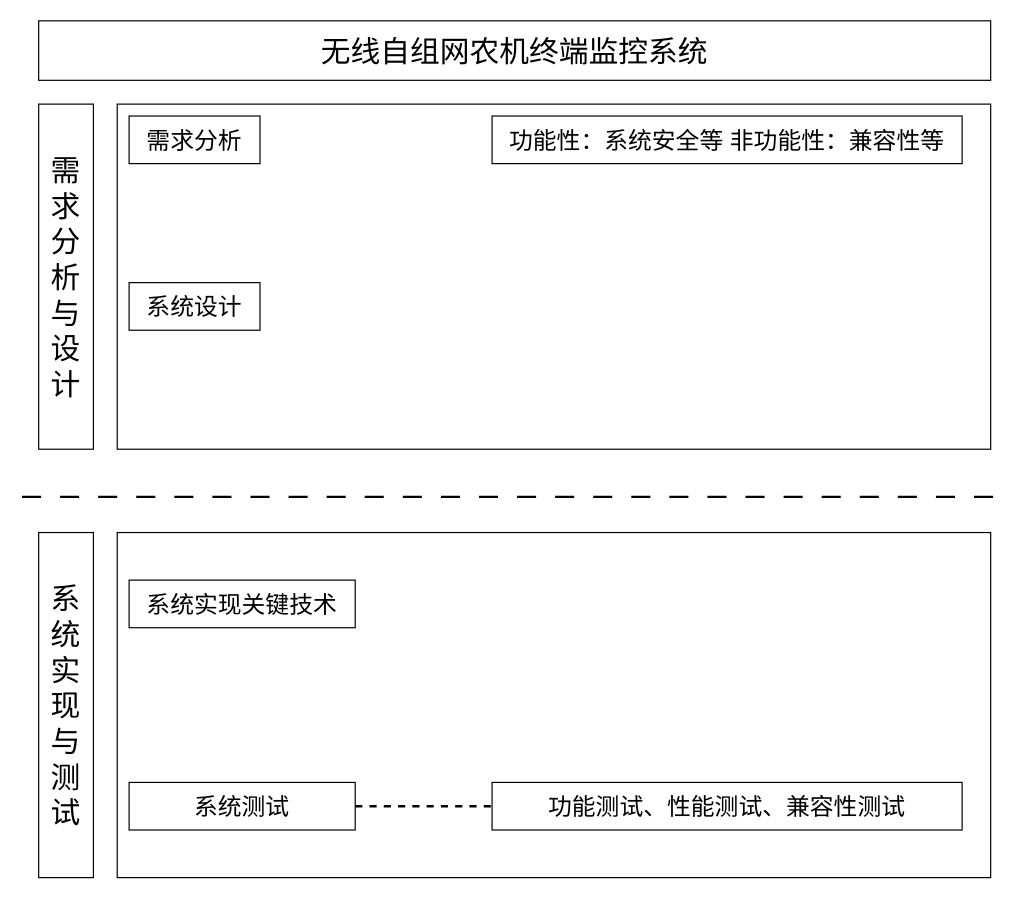
Earlier version of the draw.io diagram 技术路线图.drawio (anvalue/DrawIo_SQ). Source tidied: cells renumbered, new cells numbered last; positions are measured from the earlier drawing's top-left corner, leaving out a move shared by most shapes. Both pictures are drawn from the tidied source at 119%, with x=0, y=0 at pixel (21, 20).
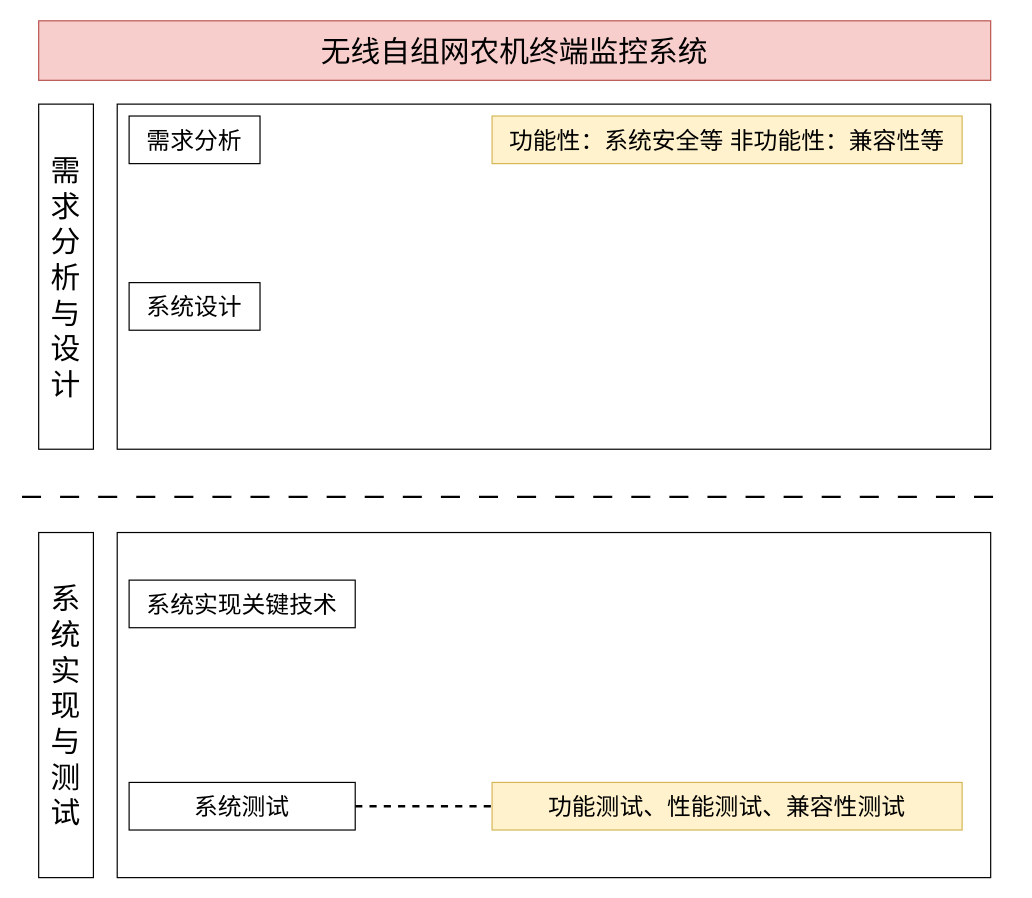
The same page after the edit.

Commit message (it also covers changes not shown here):
更新技术路线图.drawio

Change to the diagram source:
```diff
@@
 <mxGraphModel>
   <root>
     <mxCell id="0" />
     <mxCell id="1" parent="0" />
-    <mxCell id="2" value="&lt;font style=&quot;font-size: 25px;&quot;&gt;无线自组网农机终端监控系统&lt;/font&gt;" style="rounded=0;whiteSpace=wrap;html=1;" parent="1" vertex="1">
+    <mxCell id="2" value="&lt;font style=&quot;font-size: 25px;&quot;&gt;无线自组网农机终端监控系统&lt;/font&gt;" style="rounded=0;whiteSpace=wrap;html=1;fillColor=#f8cecc;strokeColor=#b85450;" parent="1" vertex="1">
       <mxGeometry x="14" width="800" height="50" as="geometry" />
     </mxCell>
     <mxCell id="3" value="&lt;font style=&quot;font-size: 25px;&quot;&gt;需求分析与设计&lt;/font&gt;" style="rounded=0;whiteSpace=wrap;html=1;horizontal=1;" parent="1" vertex="1">
       <mxGeometry x="14" y="70" width="46" height="290" as="geometry" />
     </mxCell>
     <mxCell id="4" value="&lt;span style=&quot;font-size: 25px;&quot;&gt;系统实现与测试&lt;/span&gt;" style="rounded=0;whiteSpace=wrap;html=1;horizontal=1;" parent="1" vertex="1">
       <mxGeometry x="14" y="430" width="46" height="290" as="geometry" />
     </mxCell>
     <mxCell id="5" style="rounded=0;whiteSpace=wrap;html=1;labelBackgroundColor=none;fontColor=default;fillColor=none;" parent="1" vertex="1">
       <mxGeometry x="80" y="70" width="734" height="290" as="geometry" />
     </mxCell>
     <mxCell id="6" style="rounded=0;whiteSpace=wrap;html=1;labelBackgroundColor=none;fontColor=default;fillColor=none;" parent="1" vertex="1">
       <mxGeometry x="80" y="430" width="734" height="290" as="geometry" />
     </mxCell>
     <mxCell id="7" style="endArrow=none;html=1;dashed=1;dashPattern=8 8;strokeWidth=2;" parent="1" edge="1">
       <mxGeometry relative="1" as="geometry">
         <mxPoint y="400" as="sourcePoint" />
         <mxPoint x="830" y="400" as="targetPoint" />
       </mxGeometry>
     </mxCell>
     <mxCell id="8" value="&lt;font style=&quot;font-size: 20px;&quot;&gt;需求分析&lt;/font&gt;" style="rounded=0;whiteSpace=wrap;html=1;" parent="1" vertex="1">
       <mxGeometry x="90" y="80" width="110" height="40" as="geometry" />
     </mxCell>
     <mxCell id="9" value="&lt;font style=&quot;font-size: 20px;&quot;&gt;系统设计&lt;/font&gt;" style="rounded=0;whiteSpace=wrap;html=1;" parent="1" vertex="1">
       <mxGeometry x="90" y="220" width="110" height="40" as="geometry" />
     </mxCell>
     <mxCell id="10" value="&lt;font style=&quot;font-size: 20px;&quot;&gt;系统实现关键技术&lt;/font&gt;" style="rounded=0;whiteSpace=wrap;html=1;" parent="1" vertex="1">
       <mxGeometry x="90" y="470" width="190" height="40" as="geometry" />
     </mxCell>
     <mxCell id="11" style="edgeStyle=orthogonalEdgeStyle;jettySize=auto;html=1;endArrow=none;endFill=0;strokeColor=default;dashed=1;strokeWidth=2;" parent="1" edge="1" source="12" target="13">
       <mxGeometry relative="1" as="geometry" />
     </mxCell>
     <mxCell id="12" value="&lt;font style=&quot;font-size: 20px;&quot;&gt;系统测试&lt;/font&gt;" style="rounded=0;whiteSpace=wrap;html=1;" parent="1" vertex="1">
       <mxGeometry x="90" y="640" width="190" height="40" as="geometry" />
     </mxCell>
-    <mxCell id="13" value="&lt;font style=&quot;font-size: 20px;&quot;&gt;功能测试、性能测试、兼容性测试&lt;/font&gt;" style="whiteSpace=wrap;html=1;rounded=0;" parent="1" vertex="1">
+    <mxCell id="13" value="&lt;font style=&quot;font-size: 20px;&quot;&gt;功能测试、性能测试、兼容性测试&lt;/font&gt;" style="whiteSpace=wrap;html=1;rounded=0;fillColor=#fff2cc;strokeColor=#d6b656;" parent="1" vertex="1">
       <mxGeometry x="395" y="640" width="395" height="40" as="geometry" />
     </mxCell>
-    <mxCell id="14" value="&lt;font style=&quot;font-size: 20px;&quot;&gt;功能性：系统安全等 非功能性：兼容性等&lt;/font&gt;" style="whiteSpace=wrap;html=1;rounded=0;" parent="1" vertex="1">
+    <mxCell id="14" value="&lt;font style=&quot;font-size: 20px;&quot;&gt;功能性：系统安全等 非功能性：兼容性等&lt;/font&gt;" style="whiteSpace=wrap;html=1;rounded=0;fillColor=#fff2cc;strokeColor=#d6b656;" parent="1" vertex="1">
       <mxGeometry x="395" y="80" width="395" height="40" as="geometry" />
     </mxCell>
   </root>
 </mxGraphModel>
```
